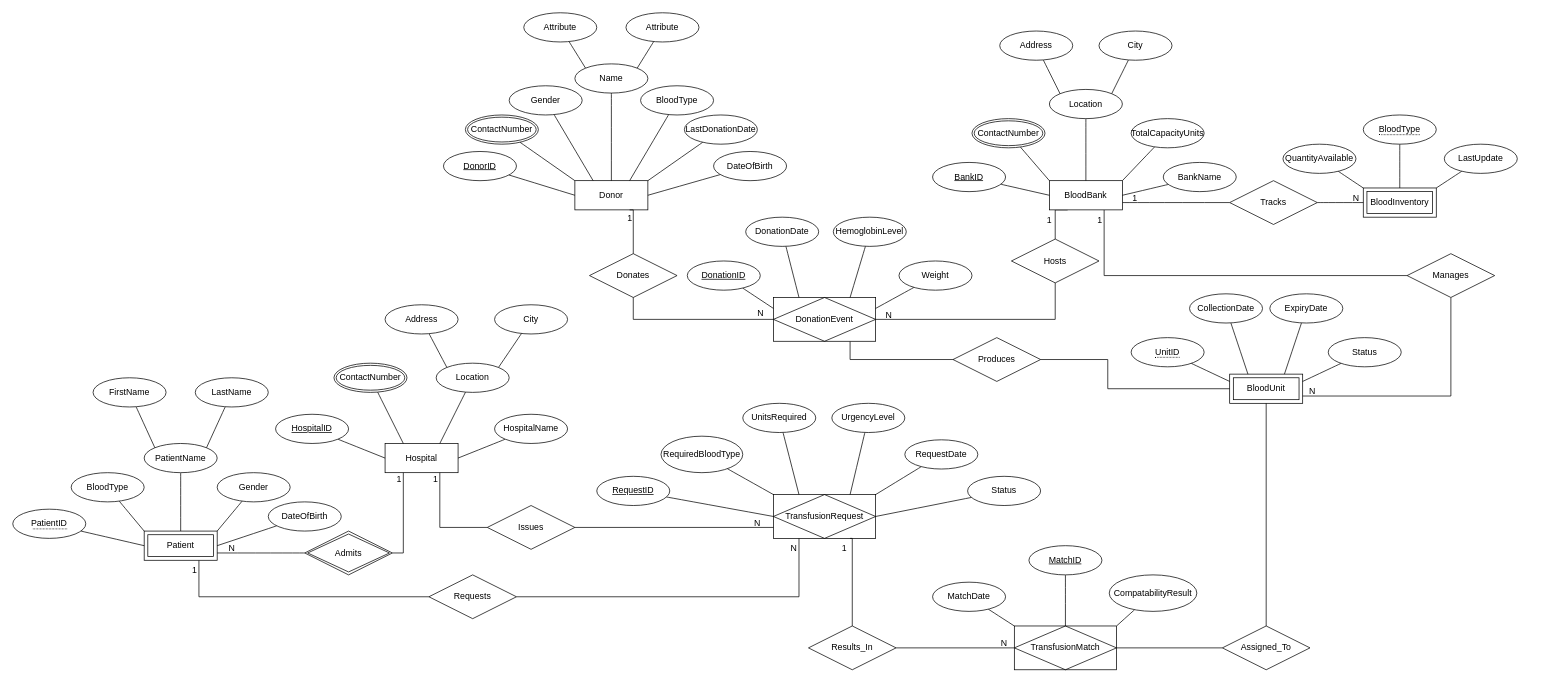
The draw.io diagram ER-Diagram.drawio in AbdoTarekH1/Blood-Donation-Transfusion-Database-System, before the edit. Source tidied: cells renumbered, new cells numbered last; positions are measured from the earlier drawing's top-left corner, leaving out a move shared by most shapes. Both pictures are drawn from the tidied source at 73%, with x=0, y=0 at pixel (12, 12).
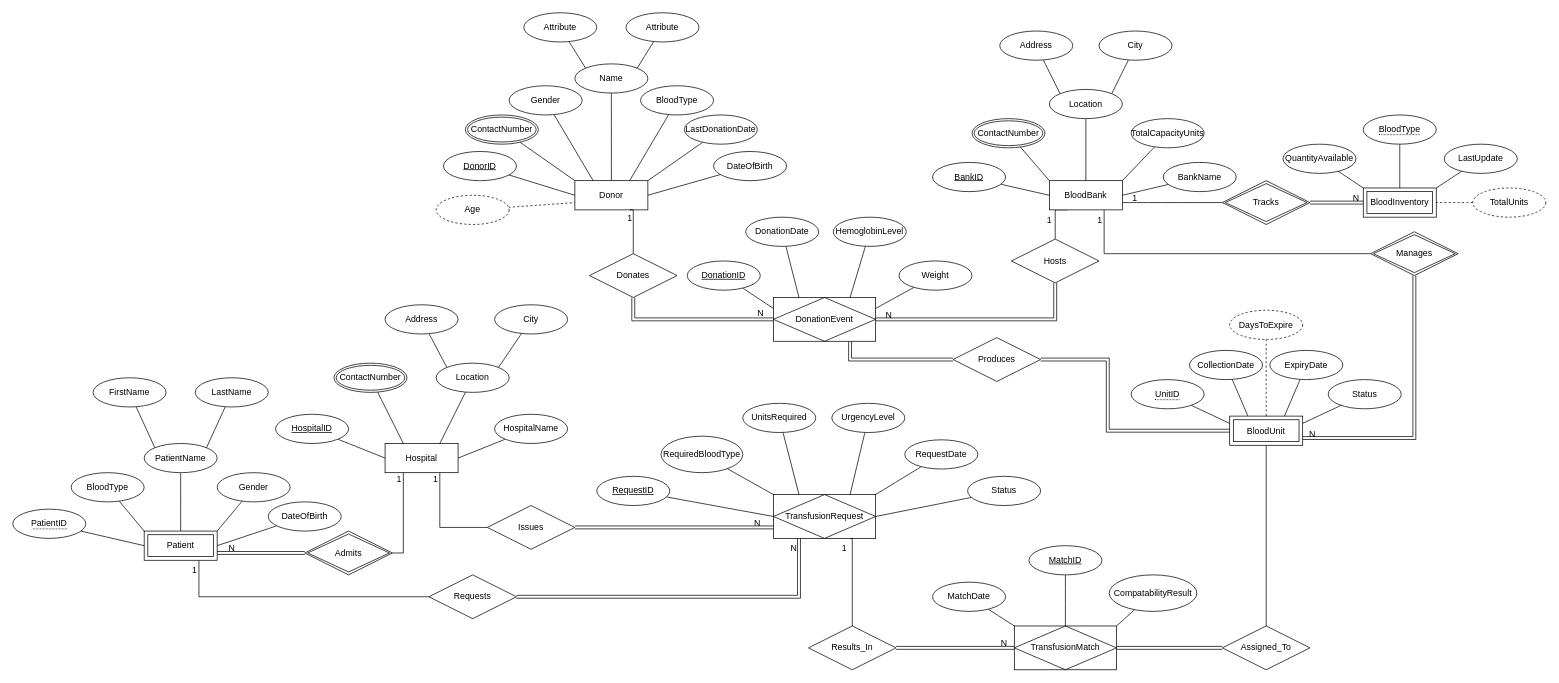
After the change.

The change refers to these unchanged cells:
```xml
<mxCell id="3" value="Donor" style="whiteSpace=wrap;html=1;align=center;" parent="1" vertex="1">
  <mxGeometry x="770" y="230" width="100" height="40" as="geometry" />
</mxCell>
<mxCell id="7" value="BloodBank" style="whiteSpace=wrap;html=1;align=center;" parent="1" vertex="1">
  <mxGeometry x="1420" y="230" width="100" height="40" as="geometry" />
</mxCell>
<mxCell id="8" value="BloodInventory" style="shape=ext;margin=3;double=1;whiteSpace=wrap;html=1;align=center;" parent="1" vertex="1">
  <mxGeometry x="1850" y="240" width="100" height="40" as="geometry" />
</mxCell>
<mxCell id="10" value="Patient" style="shape=ext;margin=3;double=1;whiteSpace=wrap;html=1;align=center;" parent="1" vertex="1">
  <mxGeometry x="180" y="710" width="100" height="40" as="geometry" />
</mxCell>
<mxCell id="12" value="TransfusionMatch" style="shape=associativeEntity;whiteSpace=wrap;html=1;align=center;" parent="1" vertex="1">
  <mxGeometry x="1372" y="840" width="140" height="60" as="geometry" />
</mxCell>
<mxCell id="14" value="DonationEvent" style="shape=associativeEntity;whiteSpace=wrap;html=1;align=center;" parent="1" vertex="1">
  <mxGeometry x="1042" y="390" width="140" height="60" as="geometry" />
</mxCell>
<mxCell id="15" value="TransfusionRequest" style="shape=associativeEntity;whiteSpace=wrap;html=1;align=center;" parent="1" vertex="1">
  <mxGeometry x="1042" y="660" width="140" height="60" as="geometry" />
</mxCell>
<mxCell id="114" value="Donates" style="shape=rhombus;perimeter=rhombusPerimeter;whiteSpace=wrap;html=1;align=center;" parent="1" vertex="1">
  <mxGeometry x="790" y="330" width="120" height="60" as="geometry" />
</mxCell>
<mxCell id="116" value="Hosts" style="shape=rhombus;perimeter=rhombusPerimeter;whiteSpace=wrap;html=1;align=center;" parent="1" vertex="1">
  <mxGeometry x="1368" y="310" width="120" height="60" as="geometry" />
</mxCell>
<mxCell id="124" value="Produces" style="shape=rhombus;perimeter=rhombusPerimeter;whiteSpace=wrap;html=1;align=center;" parent="1" vertex="1">
  <mxGeometry x="1288" y="445" width="120" height="60" as="geometry" />
</mxCell>
<mxCell id="135" value="Admits" style="shape=rhombus;double=1;perimeter=rhombusPerimeter;whiteSpace=wrap;html=1;align=center;" parent="1" vertex="1">
  <mxGeometry x="400" y="710" width="120" height="60" as="geometry" />
</mxCell>
<mxCell id="139" value="Requests" style="shape=rhombus;perimeter=rhombusPerimeter;whiteSpace=wrap;html=1;align=center;" parent="1" vertex="1">
  <mxGeometry x="570" y="770" width="120" height="60" as="geometry" />
</mxCell>
<mxCell id="144" value="Issues" style="shape=rhombus;perimeter=rhombusPerimeter;whiteSpace=wrap;html=1;align=center;" parent="1" vertex="1">
  <mxGeometry x="650" y="675" width="120" height="60" as="geometry" />
</mxCell>
<mxCell id="149" value="Results_In" style="shape=rhombus;perimeter=rhombusPerimeter;whiteSpace=wrap;html=1;align=center;" parent="1" vertex="1">
  <mxGeometry x="1090" y="840" width="120" height="60" as="geometry" />
</mxCell>
<mxCell id="154" value="Assigned_To" style="shape=rhombus;perimeter=rhombusPerimeter;whiteSpace=wrap;html=1;align=center;" parent="1" vertex="1">
  <mxGeometry x="1657" y="840" width="120" height="60" as="geometry" />
</mxCell>
```

What changed in the source:
```diff
@@
+    <mxCell id="6" style="edgeStyle=none;curved=1;rounded=0;jettySize=auto;html=1;exitX=1;exitY=0.75;exitDx=0;exitDy=0;entryX=0;entryY=0.5;entryDx=0;entryDy=0;fontSize=12;startSize=8;endSize=8;endArrow=none;endFill=0;" parent="1" edge="1" source="7" target="130">
+      <mxGeometry relative="1" as="geometry" />
+    </mxCell>
@@
-    <mxCell id="6" style="edgeStyle=none;curved=1;rounded=0;jettySize=auto;html=1;exitX=1;exitY=0.75;exitDx=0;exitDy=0;entryX=0;entryY=0.5;entryDx=0;entryDy=0;fontSize=12;startSize=8;endSize=8;endArrow=none;endFill=0;" parent="1" edge="1" source="7" target="130">
-      <mxGeometry relative="1" as="geometry" />
-    </mxCell>
@@
     <mxCell id="11" value="BloodUnit" style="shape=ext;margin=3;double=1;whiteSpace=wrap;html=1;align=center;" parent="1" vertex="1">
-      <mxGeometry x="1667" y="495" width="100" height="40" as="geometry" />
+      <mxGeometry x="1667" y="552.5" width="100" height="40" as="geometry" />
     </mxCell>
@@
-    <mxCell id="13" style="edgeStyle=orthogonalEdgeStyle;rounded=0;jettySize=auto;html=1;exitX=0.75;exitY=1;exitDx=0;exitDy=0;entryX=0;entryY=0.5;entryDx=0;entryDy=0;fontSize=12;startSize=8;endSize=8;endArrow=none;endFill=0;" parent="1" edge="1" source="14" target="124">
+    <mxCell id="13" style="edgeStyle=orthogonalEdgeStyle;rounded=0;jettySize=auto;html=1;exitX=0.75;exitY=1;exitDx=0;exitDy=0;entryX=0;entryY=0.5;entryDx=0;entryDy=0;fontSize=12;endArrow=none;endFill=0;shape=link;" parent="1" edge="1" source="14" target="124">
       <mxGeometry relative="1" as="geometry" />
     </mxCell>
@@
     <mxCell id="75" value="Status" style="ellipse;whiteSpace=wrap;html=1;align=center;" parent="1" vertex="1">
-      <mxGeometry x="1802" y="445" width="100" height="40" as="geometry" />
+      <mxGeometry x="1802" y="502.5" width="100" height="40" as="geometry" />
     </mxCell>
@@
     <mxCell id="77" value="ExpiryDate" style="ellipse;whiteSpace=wrap;html=1;align=center;" parent="1" vertex="1">
-      <mxGeometry x="1722" y="385" width="100" height="40" as="geometry" />
+      <mxGeometry x="1722" y="462.5" width="100" height="40" as="geometry" />
     </mxCell>
@@
     <mxCell id="79" value="CollectionDate" style="ellipse;whiteSpace=wrap;html=1;align=center;" parent="1" vertex="1">
-      <mxGeometry x="1612" y="385" width="100" height="40" as="geometry" />
+      <mxGeometry x="1612" y="462.5" width="100" height="40" as="geometry" />
     </mxCell>
@@
     <mxCell id="81" value="&lt;span style=&quot;border-bottom: 1px dotted;&quot;&gt;UnitID&lt;/span&gt;" style="ellipse;whiteSpace=wrap;html=1;align=center;" parent="1" vertex="1">
-      <mxGeometry x="1532" y="445" width="100" height="40" as="geometry" />
+      <mxGeometry x="1532" y="502.5" width="100" height="40" as="geometry" />
     </mxCell>
@@
-    <mxCell id="115" style="edgeStyle=orthogonalEdgeStyle;rounded=0;jettySize=auto;html=1;exitX=0.5;exitY=1;exitDx=0;exitDy=0;entryX=1;entryY=0.5;entryDx=0;entryDy=0;fontSize=12;startSize=8;endSize=8;endArrow=none;endFill=0;" parent="1" edge="1" source="116" target="14">
+    <mxCell id="115" style="edgeStyle=orthogonalEdgeStyle;rounded=0;jettySize=auto;html=1;exitX=0.5;exitY=1;exitDx=0;exitDy=0;entryX=1;entryY=0.5;entryDx=0;entryDy=0;fontSize=12;endArrow=none;endFill=0;shape=link;" parent="1" edge="1" source="116" target="14">
       <mxGeometry relative="1" as="geometry" />
     </mxCell>
@@
-    <mxCell id="119" style="endArrow=none;html=1;rounded=0;fontSize=12;startSize=8;endSize=8;entryX=0;entryY=0.5;entryDx=0;entryDy=0;exitX=0.5;exitY=1;exitDx=0;exitDy=0;edgeStyle=orthogonalEdgeStyle;" parent="1" edge="1" source="114" target="14">
+    <mxCell id="119" style="endArrow=none;html=1;rounded=0;fontSize=12;entryX=0;entryY=0.5;entryDx=0;entryDy=0;exitX=0.5;exitY=1;exitDx=0;exitDy=0;edgeStyle=orthogonalEdgeStyle;shape=link;" parent="1" edge="1" source="114" target="14">
       <mxGeometry relative="1" as="geometry" />
     </mxCell>
@@
-    <mxCell id="123" style="edgeStyle=orthogonalEdgeStyle;rounded=0;jettySize=auto;html=1;entryX=0;entryY=0.5;entryDx=0;entryDy=0;fontSize=12;startSize=8;endSize=8;exitX=1;exitY=0.5;exitDx=0;exitDy=0;endArrow=none;endFill=0;" parent="1" edge="1" source="124" target="11">
+    <mxCell id="123" style="edgeStyle=orthogonalEdgeStyle;rounded=0;jettySize=auto;html=1;entryX=0;entryY=0.5;entryDx=0;entryDy=0;fontSize=12;exitX=1;exitY=0.5;exitDx=0;exitDy=0;endArrow=none;endFill=0;shape=link;" parent="1" edge="1" source="124" target="11">
       <mxGeometry relative="1" as="geometry">
         <Array as="points">
           <mxPoint x="1500" y="475" />
-          <mxPoint x="1500" y="515" />
+          <mxPoint x="1500" y="573" />
         </Array>
       </mxGeometry>
     </mxCell>
@@
-    <mxCell id="125" style="edgeStyle=orthogonalEdgeStyle;rounded=0;jettySize=auto;html=1;exitX=0.5;exitY=1;exitDx=0;exitDy=0;entryX=1;entryY=0.75;entryDx=0;entryDy=0;fontSize=12;startSize=8;endSize=8;endArrow=none;endFill=0;" parent="1" edge="1" source="126" target="11">
-      <mxGeometry relative="1" as="geometry" />
-    </mxCell>
-    <mxCell id="126" value="Manages" style="shape=rhombus;perimeter=rhombusPerimeter;whiteSpace=wrap;html=1;align=center;" parent="1" vertex="1">
-      <mxGeometry x="1910" y="330" width="120" height="60" as="geometry" />
-    </mxCell>
@@
     <mxCell id="128" value="N" style="text;strokeColor=none;fillColor=none;spacingLeft=4;spacingRight=4;overflow=hidden;fontSize=12;whiteSpace=wrap;html=1;" parent="1" vertex="1">
-      <mxGeometry x="1770" y="505" width="20" height="30" as="geometry" />
+      <mxGeometry x="1770" y="562.5" width="20" height="30" as="geometry" />
     </mxCell>
-    <mxCell id="129" style="edgeStyle=none;curved=1;rounded=0;jettySize=auto;html=1;exitX=1;exitY=0.5;exitDx=0;exitDy=0;entryX=0;entryY=0.5;entryDx=0;entryDy=0;fontSize=12;startSize=8;endSize=8;endArrow=none;endFill=0;" parent="1" edge="1" source="130" target="8">
+    <mxCell id="129" style="edgeStyle=none;curved=1;rounded=0;jettySize=auto;html=1;exitX=1;exitY=0.5;exitDx=0;exitDy=0;entryX=0;entryY=0.5;entryDx=0;entryDy=0;fontSize=12;endArrow=none;endFill=0;shape=link;" parent="1" edge="1" source="130" target="8">
       <mxGeometry relative="1" as="geometry" />
     </mxCell>
-    <mxCell id="130" value="Tracks" style="shape=rhombus;perimeter=rhombusPerimeter;whiteSpace=wrap;html=1;align=center;" parent="1" vertex="1">
-      <mxGeometry x="1667" y="230" width="120" height="60" as="geometry" />
-    </mxCell>
@@
-    <mxCell id="133" style="edgeStyle=none;curved=1;rounded=0;jettySize=auto;html=1;exitX=0;exitY=0.5;exitDx=0;exitDy=0;entryX=1;entryY=0.75;entryDx=0;entryDy=0;fontSize=12;startSize=8;endSize=8;endArrow=none;endFill=0;" parent="1" edge="1" source="135" target="10">
+    <mxCell id="133" style="edgeStyle=none;curved=1;rounded=0;jettySize=auto;html=1;exitX=0;exitY=0.5;exitDx=0;exitDy=0;entryX=1;entryY=0.75;entryDx=0;entryDy=0;fontSize=12;endArrow=none;endFill=0;shape=link;" parent="1" edge="1" source="135" target="10">
       <mxGeometry relative="1" as="geometry" />
     </mxCell>
@@
     <mxCell id="136" value="N" style="text;strokeColor=none;fillColor=none;spacingLeft=4;spacingRight=4;overflow=hidden;fontSize=12;whiteSpace=wrap;html=1;" parent="1" vertex="1">
-      <mxGeometry x="290" y="720" width="20" height="20" as="geometry" />
+      <mxGeometry x="290" y="720" width="20" height="30" as="geometry" />
     </mxCell>
@@
-    <mxCell id="138" style="edgeStyle=orthogonalEdgeStyle;rounded=0;jettySize=auto;html=1;exitX=1;exitY=0.5;exitDx=0;exitDy=0;entryX=0.25;entryY=1;entryDx=0;entryDy=0;fontSize=12;startSize=8;endSize=8;endArrow=none;endFill=0;" parent="1" edge="1" source="139" target="15">
+    <mxCell id="138" style="edgeStyle=orthogonalEdgeStyle;rounded=0;jettySize=auto;html=1;exitX=1;exitY=0.5;exitDx=0;exitDy=0;entryX=0.25;entryY=1;entryDx=0;entryDy=0;fontSize=12;endArrow=none;endFill=0;shape=link;" parent="1" edge="1" source="139" target="15">
       <mxGeometry relative="1" as="geometry" />
     </mxCell>
@@
-    <mxCell id="142" style="edgeStyle=orthogonalEdgeStyle;rounded=0;jettySize=auto;html=1;entryX=0;entryY=0.75;entryDx=0;entryDy=0;fontSize=12;startSize=8;endSize=8;endArrow=none;endFill=0;" parent="1" edge="1" source="144" target="15">
+    <mxCell id="142" style="edgeStyle=orthogonalEdgeStyle;rounded=0;jettySize=auto;html=1;entryX=0;entryY=0.75;entryDx=0;entryDy=0;fontSize=12;endArrow=none;endFill=0;shape=link;" parent="1" edge="1" source="144" target="15">
       <mxGeometry relative="1" as="geometry" />
     </mxCell>
@@
-    <mxCell id="148" style="edgeStyle=orthogonalEdgeStyle;rounded=0;jettySize=auto;html=1;entryX=0;entryY=0.5;entryDx=0;entryDy=0;fontSize=12;startSize=8;endSize=8;endArrow=none;endFill=0;" parent="1" edge="1" source="149" target="12">
+    <mxCell id="148" style="edgeStyle=orthogonalEdgeStyle;rounded=0;jettySize=auto;html=1;entryX=0;entryY=0.5;entryDx=0;entryDy=0;fontSize=12;endArrow=none;endFill=0;shape=link;" parent="1" edge="1" source="149" target="12">
       <mxGeometry relative="1" as="geometry" />
     </mxCell>
@@
-    <mxCell id="153" style="edgeStyle=orthogonalEdgeStyle;rounded=0;jettySize=auto;html=1;entryX=1;entryY=0.5;entryDx=0;entryDy=0;fontSize=12;startSize=8;endSize=8;endArrow=none;endFill=0;" parent="1" edge="1" source="154" target="12">
+    <mxCell id="153" style="edgeStyle=orthogonalEdgeStyle;rounded=0;jettySize=auto;html=1;entryX=1;entryY=0.5;entryDx=0;entryDy=0;fontSize=12;endArrow=none;endFill=0;shape=link;" parent="1" edge="1" source="154" target="12">
       <mxGeometry relative="1" as="geometry" />
     </mxCell>
@@
+    <mxCell id="125" style="edgeStyle=orthogonalEdgeStyle;rounded=0;jettySize=auto;html=1;exitX=0.5;exitY=1;exitDx=0;exitDy=0;entryX=1;entryY=0.75;entryDx=0;entryDy=0;fontSize=12;endArrow=none;endFill=0;shape=link;" parent="1" edge="1" source="126" target="11">
+      <mxGeometry relative="1" as="geometry" />
+    </mxCell>
+    <mxCell id="126" value="Manages" style="shape=rhombus;double=1;perimeter=rhombusPerimeter;whiteSpace=wrap;html=1;align=center;" parent="1" vertex="1">
+      <mxGeometry x="1860" y="300" width="120" height="60" as="geometry" />
+    </mxCell>
+    <mxCell id="130" value="Tracks" style="shape=rhombus;double=1;perimeter=rhombusPerimeter;whiteSpace=wrap;html=1;align=center;" parent="1" vertex="1">
+      <mxGeometry x="1657" y="230" width="120" height="60" as="geometry" />
+    </mxCell>
+    <mxCell id="155" style="edgeStyle=none;curved=1;rounded=0;orthogonalLoop=1;jettySize=auto;html=1;exitX=1;exitY=1;exitDx=0;exitDy=0;fontSize=12;startSize=8;endSize=8;" parent="1" edge="1" source="130" target="130">
+      <mxGeometry relative="1" as="geometry" />
+    </mxCell>
+    <mxCell id="156" style="edgeStyle=none;curved=1;rounded=0;jettySize=auto;html=1;entryX=0;entryY=0.75;entryDx=0;entryDy=0;fontSize=12;startSize=8;endSize=8;endArrow=none;endFill=0;dashed=1;" parent="1" edge="1" source="157" target="3">
+      <mxGeometry relative="1" as="geometry" />
+    </mxCell>
+    <mxCell id="157" value="Age" style="ellipse;whiteSpace=wrap;html=1;align=center;dashed=1;" parent="1" vertex="1">
+      <mxGeometry x="580" y="250" width="100" height="40" as="geometry" />
+    </mxCell>
+    <mxCell id="158" style="edgeStyle=none;curved=1;rounded=0;jettySize=auto;html=1;entryX=1;entryY=0.5;entryDx=0;entryDy=0;fontSize=12;startSize=8;endSize=8;endArrow=none;endFill=0;dashed=1;" parent="1" edge="1" source="159" target="8">
+      <mxGeometry relative="1" as="geometry" />
+    </mxCell>
+    <mxCell id="159" value="TotalUnits" style="ellipse;whiteSpace=wrap;html=1;align=center;dashed=1;" parent="1" vertex="1">
+      <mxGeometry x="2000" y="240" width="100" height="40" as="geometry" />
+    </mxCell>
+    <mxCell id="160" style="edgeStyle=none;curved=1;rounded=0;jettySize=auto;html=1;entryX=0.5;entryY=0;entryDx=0;entryDy=0;fontSize=12;startSize=8;endSize=8;endArrow=none;endFill=0;dashed=1;" parent="1" edge="1" source="161" target="11">
+      <mxGeometry relative="1" as="geometry" />
+    </mxCell>
+    <mxCell id="161" value="DaysToExpire" style="ellipse;whiteSpace=wrap;html=1;align=center;dashed=1;" parent="1" vertex="1">
+      <mxGeometry x="1667" y="407.5" width="100" height="40" as="geometry" />
+    </mxCell>
```
